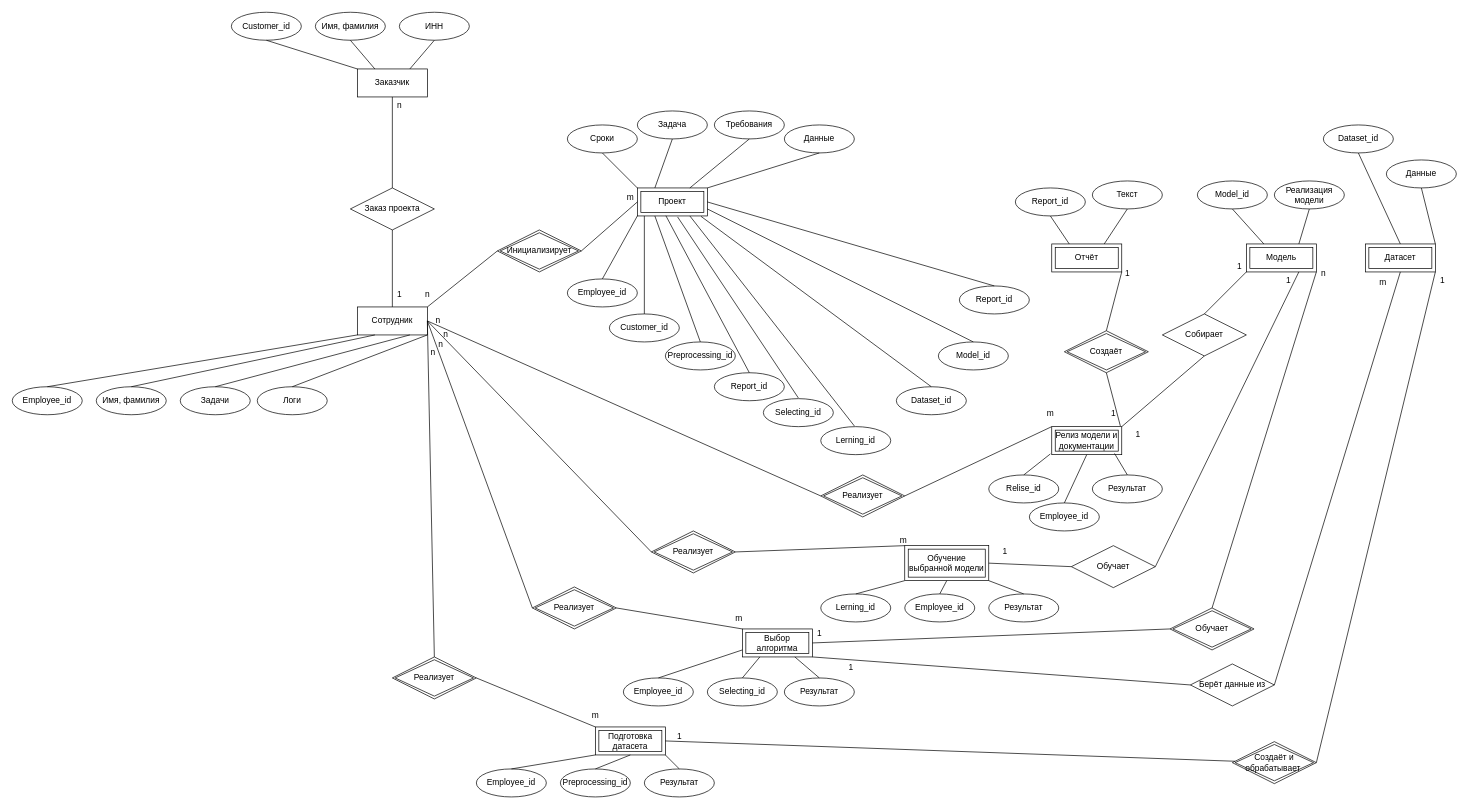
Earlier version of the draw.io diagram Питер Чен.drawio (Aleksej1024/mireaDatabases). Source tidied: cells renumbered, new cells numbered last; positions are measured from the earlier drawing's top-left corner, leaving out a move shared by most shapes. Both pictures are drawn from the tidied source at 70%, with x=0, y=0 at pixel (12, 12).
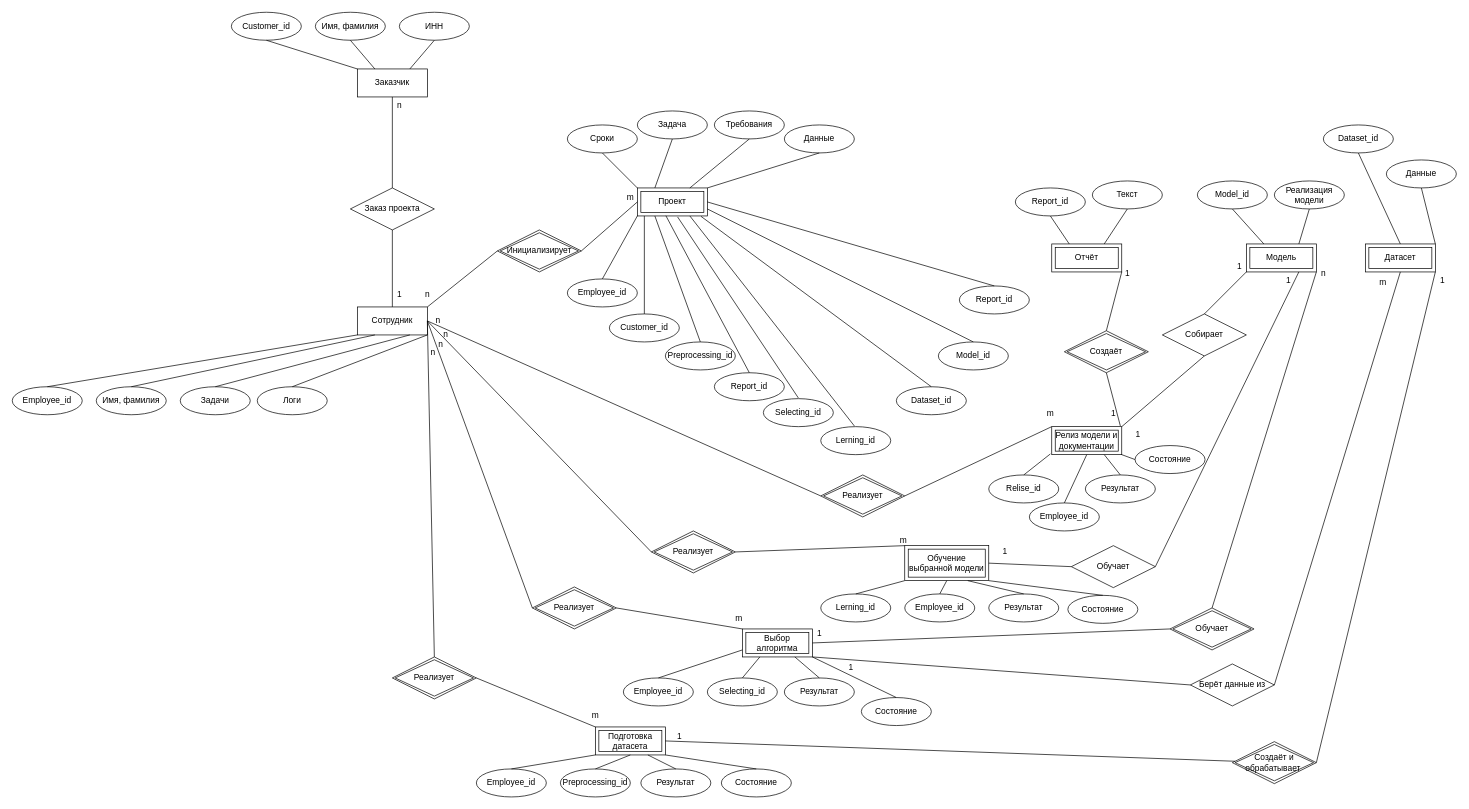
Above is the later version.

Commit message (it also covers changes not shown here):
add state to piter-chen

Unchanged cells that the change refers to:
```xml
<mxCell id="30" value="Подготовка датасета" style="shape=ext;margin=3;double=1;whiteSpace=wrap;html=1;align=center;" parent="1" vertex="1">
  <mxGeometry x="833" y="1021" width="100" height="40" as="geometry" />
</mxCell>
<mxCell id="31" value="Выбор алгоритма" style="shape=ext;margin=3;double=1;whiteSpace=wrap;html=1;align=center;" parent="1" vertex="1">
  <mxGeometry x="1043" y="881" width="100" height="40" as="geometry" />
</mxCell>
<mxCell id="32" value="Обучение выбранной модели" style="shape=ext;margin=3;double=1;whiteSpace=wrap;html=1;align=center;" parent="1" vertex="1">
  <mxGeometry x="1275" y="762" width="120" height="50" as="geometry" />
</mxCell>
<mxCell id="33" value="Релиз модели и документации" style="shape=ext;margin=3;double=1;whiteSpace=wrap;html=1;align=center;" parent="1" vertex="1">
  <mxGeometry x="1485" y="592" width="100" height="40" as="geometry" />
</mxCell>
<mxCell id="100" value="Результат" style="ellipse;whiteSpace=wrap;html=1;align=center;" parent="1" vertex="1">
  <mxGeometry x="1395" y="831" width="100" height="40" as="geometry" />
</mxCell>
```

What changed in the source:
```diff
@@
     <mxCell id="62" value="Результат" style="ellipse;whiteSpace=wrap;html=1;align=center;" parent="1" vertex="1">
-      <mxGeometry x="903" y="1081" width="100" height="40" as="geometry" />
+      <mxGeometry x="898" y="1081" width="100" height="40" as="geometry" />
     </mxCell>
@@
-    <mxCell id="64" style="endArrow=none;html=1;rounded=0;entryX=1;entryY=1;entryDx=0;entryDy=0;exitX=0.5;exitY=0;exitDx=0;exitDy=0;" parent="1" edge="1" source="62" target="30">
+    <mxCell id="64" style="endArrow=none;html=1;rounded=0;entryX=0.75;entryY=1;entryDx=0;entryDy=0;exitX=0.5;exitY=0;exitDx=0;exitDy=0;" parent="1" edge="1" source="62" target="30">
       <mxGeometry relative="1" as="geometry" />
     </mxCell>
@@
-    <mxCell id="103" style="endArrow=none;html=1;rounded=0;exitX=1;exitY=1;exitDx=0;exitDy=0;entryX=0.5;entryY=0;entryDx=0;entryDy=0;" parent="1" edge="1" source="32" target="100">
+    <mxCell id="103" style="endArrow=none;html=1;rounded=0;exitX=0.75;exitY=1;exitDx=0;exitDy=0;entryX=0.5;entryY=0;entryDx=0;entryDy=0;" parent="1" edge="1" source="32" target="100">
       <mxGeometry relative="1" as="geometry" />
     </mxCell>
@@
     <mxCell id="106" value="Результат" style="ellipse;whiteSpace=wrap;html=1;align=center;" parent="1" vertex="1">
-      <mxGeometry x="1543" y="661" width="100" height="40" as="geometry" />
+      <mxGeometry x="1533" y="661" width="100" height="40" as="geometry" />
     </mxCell>
@@
-    <mxCell id="109" style="endArrow=none;html=1;rounded=0;exitX=0.5;exitY=0;exitDx=0;exitDy=0;entryX=0.897;entryY=0.958;entryDx=0;entryDy=0;entryPerimeter=0;" parent="1" edge="1" source="106" target="33">
+    <mxCell id="109" style="endArrow=none;html=1;rounded=0;exitX=0.5;exitY=0;exitDx=0;exitDy=0;entryX=0.75;entryY=1;entryDx=0;entryDy=0;" parent="1" edge="1" source="106" target="33">
       <mxGeometry relative="1" as="geometry" />
     </mxCell>
@@
+    <mxCell id="148" value="Состояние" style="ellipse;whiteSpace=wrap;html=1;align=center;" parent="1" vertex="1">
+      <mxGeometry x="1013" y="1081" width="100" height="40" as="geometry" />
+    </mxCell>
+    <mxCell id="149" style="endArrow=none;html=1;rounded=0;entryX=1;entryY=1;entryDx=0;entryDy=0;exitX=0.5;exitY=0;exitDx=0;exitDy=0;" parent="1" edge="1" source="148" target="30">
+      <mxGeometry relative="1" as="geometry" />
+    </mxCell>
+    <mxCell id="150" value="Состояние" style="ellipse;whiteSpace=wrap;html=1;align=center;" parent="1" vertex="1">
+      <mxGeometry x="1213" y="979" width="100" height="40" as="geometry" />
+    </mxCell>
+    <mxCell id="151" style="endArrow=none;html=1;rounded=0;entryX=1;entryY=1;entryDx=0;entryDy=0;exitX=0.5;exitY=0;exitDx=0;exitDy=0;" parent="1" edge="1" source="150" target="31">
+      <mxGeometry relative="1" as="geometry" />
+    </mxCell>
+    <mxCell id="152" value="Состояние" style="ellipse;whiteSpace=wrap;html=1;align=center;" parent="1" vertex="1">
+      <mxGeometry x="1508" y="833" width="100" height="40" as="geometry" />
+    </mxCell>
+    <mxCell id="153" style="endArrow=none;html=1;rounded=0;exitX=1;exitY=1;exitDx=0;exitDy=0;entryX=0.5;entryY=0;entryDx=0;entryDy=0;" parent="1" edge="1" source="32" target="152">
+      <mxGeometry relative="1" as="geometry" />
+    </mxCell>
+    <mxCell id="154" value="Состояние" style="ellipse;whiteSpace=wrap;html=1;align=center;" parent="1" vertex="1">
+      <mxGeometry x="1604" y="619" width="100" height="40" as="geometry" />
+    </mxCell>
+    <mxCell id="155" style="endArrow=none;html=1;rounded=0;exitX=0;exitY=0.5;exitDx=0;exitDy=0;entryX=1;entryY=1;entryDx=0;entryDy=0;" parent="1" edge="1" source="154" target="33">
+      <mxGeometry relative="1" as="geometry" />
+    </mxCell>
```
